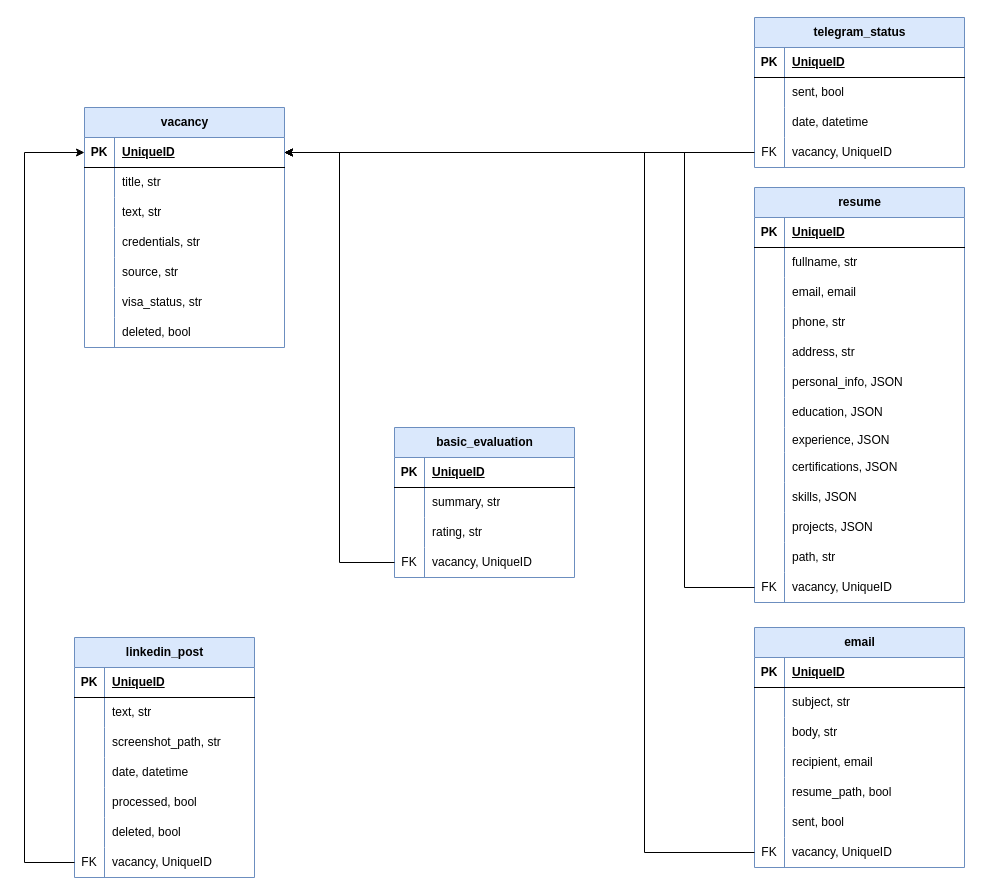
WaRKaZz/ljpa_reworked keeps this draw.io diagram as database_chart.drawio. Above is the earlier version. Source tidied: cells renumbered, new cells numbered last; positions are measured from the earlier drawing's top-left corner, leaving out a move shared by most shapes. Both pictures are drawn from the tidied source at 100%, with x=0, y=0 at pixel (24, 17).
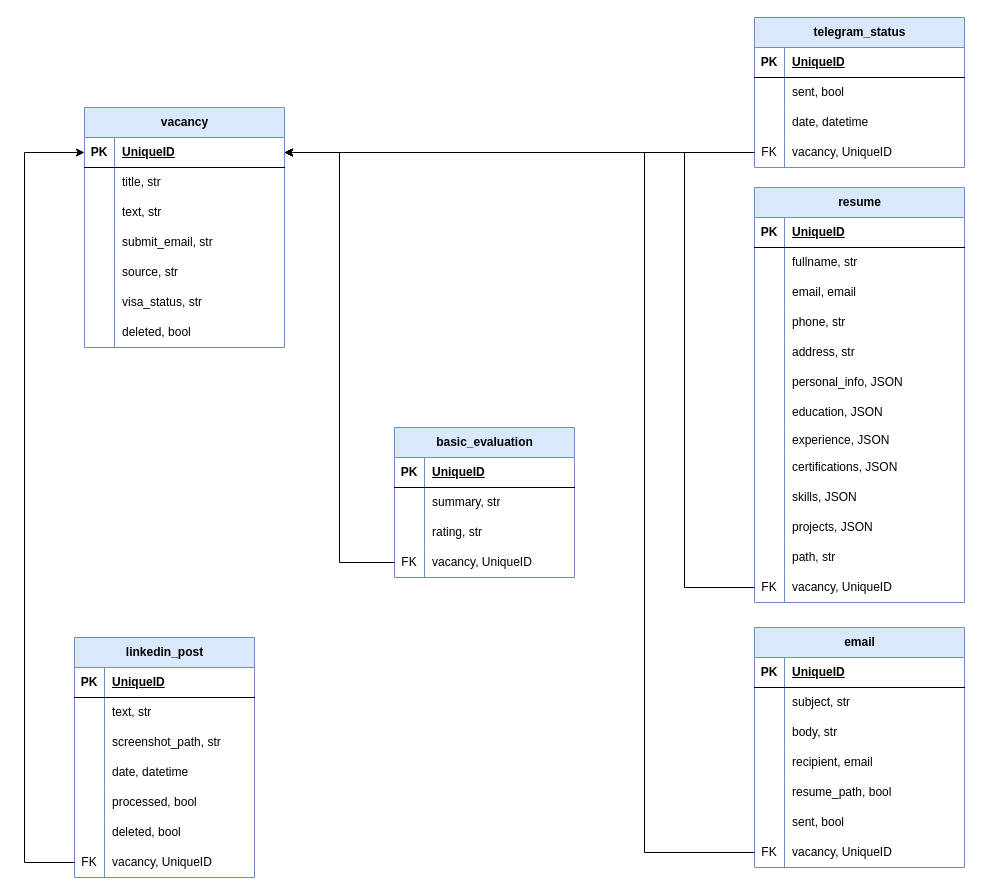
After the change.

Commit message (it also covers changes not shown here):
fix(stage1b): remove legacy Vacancy credentials/url fallback reads and references

The change refers to these unchanged cells:
```xml
<mxCell id="34" style="shape=tableRow;horizontal=0;startSize=0;swimlaneHead=0;swimlaneBody=0;fillColor=none;top=0;left=0;right=0;bottom=0;" parent="24" vertex="1">
  <mxGeometry y="120" width="200" height="30" as="geometry" />
</mxCell>
```

Diff of the diagram source:
```diff
@@
-    <mxCell id="36" value="credentials, str" style="shape=partialRectangle;fillColor=none;top=0;left=0;bottom=0;right=0;align=left;spacingLeft=6;overflow=hidden;whiteSpace=wrap;html=1;" parent="34" vertex="1">
+    <mxCell id="36" value="submit_email, str" style="shape=partialRectangle;fillColor=none;top=0;left=0;bottom=0;right=0;align=left;spacingLeft=6;overflow=hidden;whiteSpace=wrap;html=1;" parent="34" vertex="1">
       <mxGeometry x="30" width="170" height="30" as="geometry" />
     </mxCell>
```
